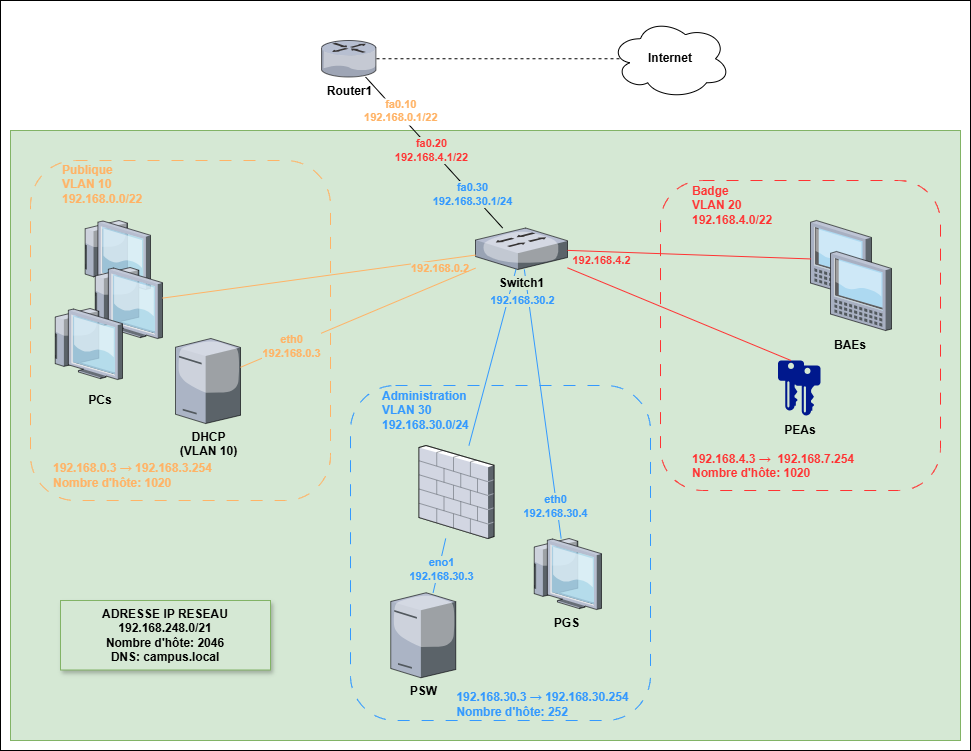
Before: PartieCommune/Reseau/InfraReseau(finale).png, a diagram exported from draw.io (RobinMartineau/Acc-s-campus-). Source tidied: cells renumbered, new cells last; positions are measured from the earlier drawing's top-left corner, leaving out a move shared by most shapes.
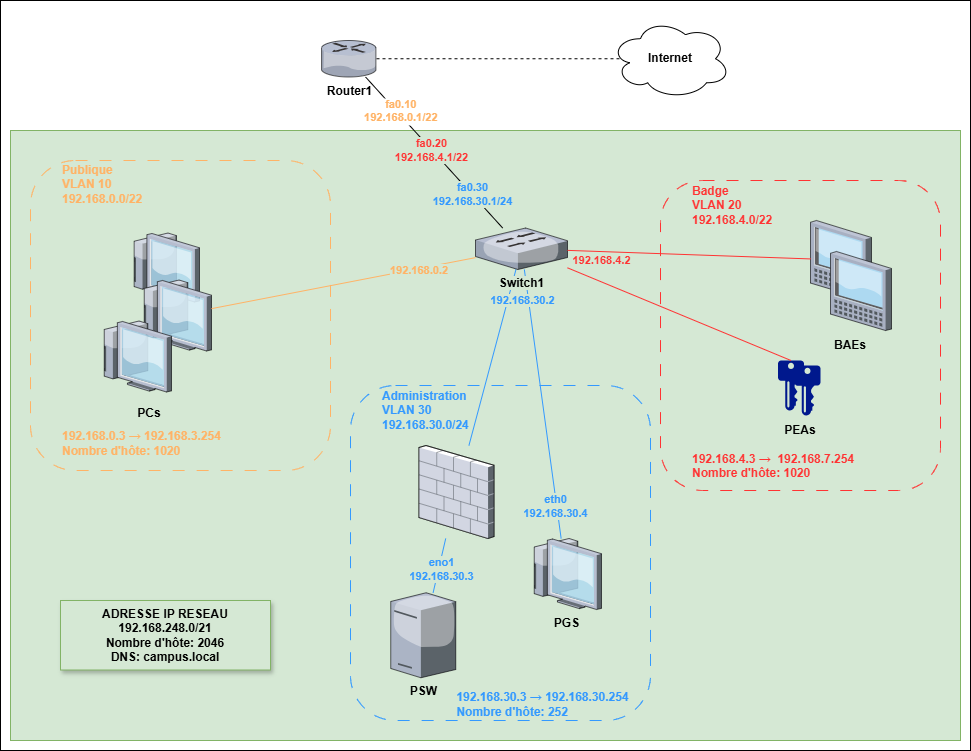
The same diagram one commit later.

Commit message:
Modif reseau

Diff of the diagram source:
```diff
@@ -9,7 +9,7 @@
       <mxGeometry x="10" y="130" width="950" height="610" as="geometry" />
     </mxCell>
     <mxCell id="4" style="rounded=1;whiteSpace=wrap;html=1;fillColor=none;dashed=1;dashPattern=12 12;strokeColor=#FFB366;" parent="1" vertex="1">
-      <mxGeometry x="30" y="160" width="300" height="340" as="geometry" />
+      <mxGeometry x="30" y="160" width="300" height="310" as="geometry" />
     </mxCell>
     <mxCell id="5" style="rounded=1;whiteSpace=wrap;html=1;fillColor=none;dashed=1;dashPattern=12 12;strokeColor=#3399FF;" parent="1" vertex="1">
       <mxGeometry x="350" y="385" width="300" height="335" as="geometry" />
@@ -103,26 +103,26 @@
       <mxGeometry x="60" y="169" width="60" height="30" as="geometry" />
     </mxCell>
     <mxCell id="32" value="PCs" style="text;html=1;align=center;verticalAlign=middle;whiteSpace=wrap;rounded=0;fontStyle=1;" parent="1" vertex="1">
-      <mxGeometry x="70" y="385" width="60" height="30" as="geometry" />
+      <mxGeometry x="119" y="397.5" width="60" height="30" as="geometry" />
     </mxCell>
     <mxCell id="33" value="Administration&lt;div&gt;VLAN 30&lt;/div&gt;&lt;div&gt;192.168.30.0/24&lt;/div&gt;" style="text;html=1;align=left;verticalAlign=middle;whiteSpace=wrap;rounded=0;fontColor=#3399FF;fontStyle=1;" parent="1" vertex="1">
       <mxGeometry x="380" y="395" width="60" height="30" as="geometry" />
     </mxCell>
     <mxCell id="34" style="verticalLabelPosition=bottom;sketch=0;html=1;verticalAlign=top;strokeColor=none;align=center;shape=mxgraph.citrix.thin_client;" parent="1" vertex="1">
-      <mxGeometry x="81" y="220" width="69" height="69" as="geometry" />
+      <mxGeometry x="130" y="232.5" width="69" height="69" as="geometry" />
     </mxCell>
     <mxCell id="35" style="verticalLabelPosition=bottom;sketch=0;html=1;verticalAlign=top;strokeColor=none;align=center;outlineConnect=0;shape=mxgraph.citrix.thin_client;" parent="1" vertex="1">
-      <mxGeometry x="91" y="267" width="71" height="71" as="geometry" />
+      <mxGeometry x="140" y="279.5" width="71" height="71" as="geometry" />
     </mxCell>
     <mxCell id="36" style="verticalLabelPosition=bottom;sketch=0;html=1;verticalAlign=top;strokeColor=none;align=center;shape=mxgraph.citrix.thin_client;" parent="1" vertex="1">
-      <mxGeometry x="51" y="308" width="71" height="71" as="geometry" />
+      <mxGeometry x="100" y="320.5" width="71" height="71" as="geometry" />
     </mxCell>
     <mxCell id="37" style="endArrow=none;html=1;rounded=0;strokeColor=#FFB366;" parent="1" edge="1" source="35" target="16">
       <mxGeometry relative="1" as="geometry" />
     </mxCell>
     <mxCell id="38" value="&lt;font style=&quot;color: rgb(255, 179, 102);&quot;&gt;&lt;b&gt;192.168.0.2&lt;/b&gt;&lt;/font&gt;" style="edgeLabel;html=1;align=center;verticalAlign=middle;labelBackgroundColor=light-dark(#d5e8d4, #214210);whiteSpace=wrap;" parent="37" vertex="1">
       <mxGeometry x="0.52" y="1" relative="1" as="geometry">
-        <mxPoint x="41" y="3" as="offset" />
+        <mxPoint x="7" y="1" as="offset" />
       </mxGeometry>
     </mxCell>
     <mxCell id="39" value="&lt;b&gt;Internet&lt;/b&gt;" style="ellipse;shape=cloud;whiteSpace=wrap;html=1;" parent="1" vertex="1">
@@ -143,19 +143,8 @@
       <mxGeometry relative="1" as="geometry" />
     </mxCell>
     <mxCell id="44" value="192.168.0.3 → 192.168.3.254&lt;br&gt;&lt;div&gt;Nombre d'hôte: 1020&lt;/div&gt;" style="text;html=1;align=left;verticalAlign=middle;whiteSpace=wrap;rounded=0;fontStyle=1;fontColor=#FFB366;" parent="1" vertex="1">
-      <mxGeometry x="51" y="460" width="200" height="30" as="geometry" />
+      <mxGeometry x="60" y="427.5" width="200" height="30" as="geometry" />
     </mxCell>
-    <mxCell id="45" value="&lt;b&gt;DHCP&lt;/b&gt;&lt;div&gt;&lt;b&gt;(VLAN 10)&lt;/b&gt;&lt;/div&gt;" style="verticalLabelPosition=bottom;sketch=0;html=1;verticalAlign=top;strokeColor=none;align=center;outlineConnect=0;shape=mxgraph.citrix.license_server;" parent="1" vertex="1">
-      <mxGeometry x="175" y="338" width="65" height="85" as="geometry" />
-    </mxCell>
-    <mxCell id="46" style="endArrow=none;html=1;rounded=0;strokeColor=#FFB366;" parent="1" edge="1" source="45" target="16">
-      <mxGeometry relative="1" as="geometry" />
-    </mxCell>
-    <mxCell id="47" value="eth0&lt;div&gt;192.168.0.3&lt;/div&gt;" style="edgeLabel;html=1;align=center;verticalAlign=middle;labelBackgroundColor=light-dark(#d5e8d4, #ededed);fontStyle=1;fontColor=light-dark(#FFB366,#EDEDED);textShadow=0;" parent="46" vertex="1">
-      <mxGeometry x="-0.71" y="2" relative="1" as="geometry">
-        <mxPoint x="16" y="-5" as="offset" />
-      </mxGeometry>
-    </mxCell>
     <mxCell id="48" value="&lt;span style=&quot;text-align: left;&quot;&gt;192.168.30.3 → 192.168.30.254&lt;/span&gt;&lt;br style=&quot;text-align: left;&quot;&gt;&lt;div style=&quot;text-align: left;&quot;&gt;Nombre d'hôte: 252&lt;/div&gt;" style="text;html=1;align=center;verticalAlign=middle;whiteSpace=wrap;rounded=0;fontColor=#3399FF;fontStyle=1;" parent="1" vertex="1">
       <mxGeometry x="430" y="688.6" width="225" height="30" as="geometry" />
     </mxCell>
```
